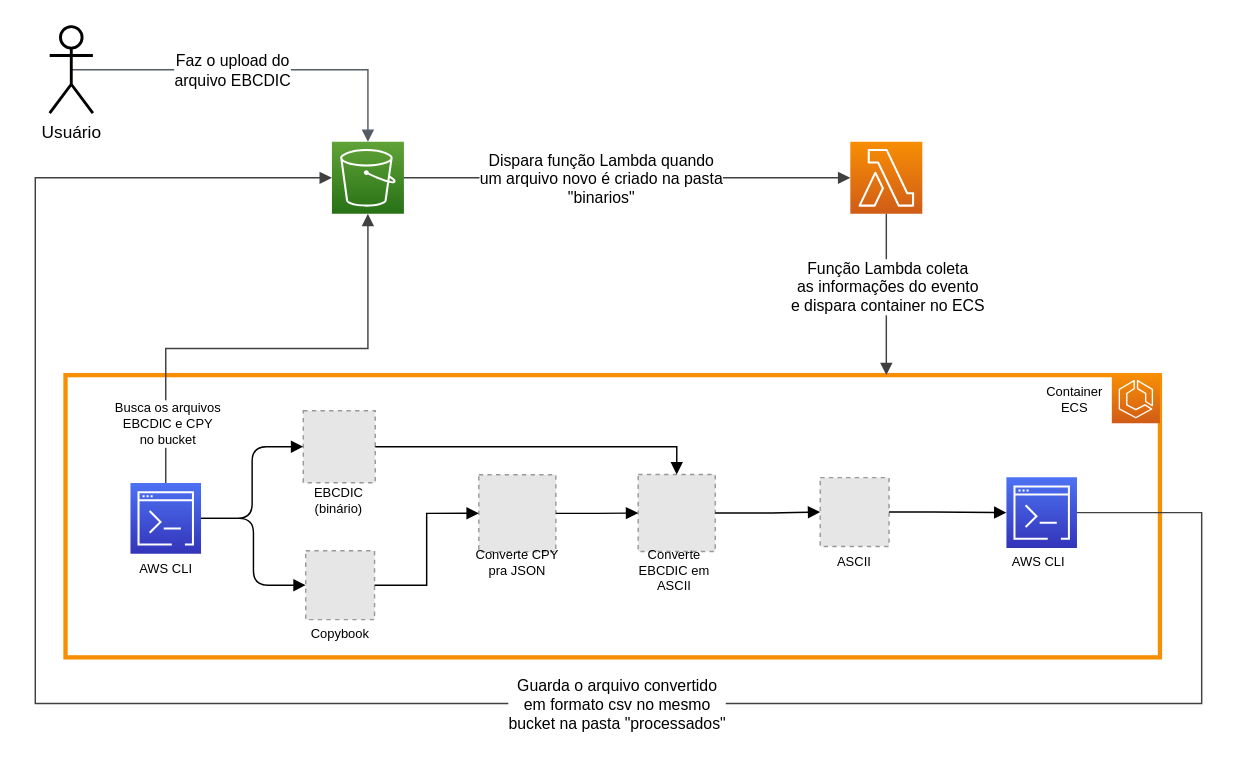
The draw.io diagram diagrama.drawio in gabrielspires/conversor-ebcdic-ascii, before the edit. Source tidied: cells renumbered, new cells numbered last; positions are measured from the earlier drawing's top-left corner, leaving out a move shared by most shapes. Both pictures are drawn from the tidied source at 144%, with x=0, y=0 at pixel (35, 26). Pictures stored in the file or linked from it are replaced by grey dashed boxes.
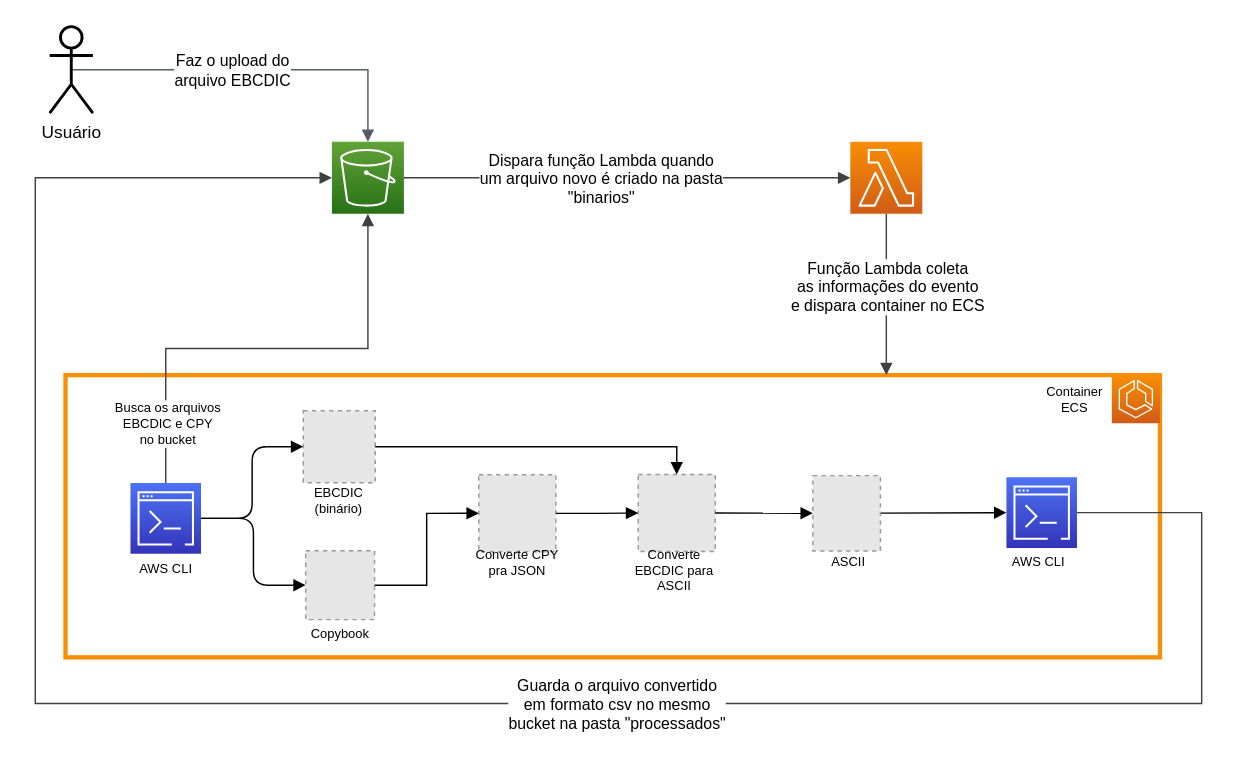
The same page after the edit.

Commit message:
Mudei alguns ícones

The change refers to these unchanged cells:
```xml
<mxCell id="2" style="group;" parent="1" vertex="1">
  <mxGeometry x="20" y="242" width="760" height="196" as="geometry" />
</mxCell>
<mxCell id="3" style="group;" parent="2" vertex="1">
  <mxGeometry x="1" width="760" height="196" as="geometry" />
</mxCell>
<mxCell id="8" style="sketch=0;points=[[0,0,0],[0.25,0,0],[0.5,0,0],[0.75,0,0],[1,0,0],[0,1,0],[0.25,1,0],[0.5,1,0],[0.75,1,0],[1,1,0],[0,0.25,0],[0,0.5,0],[0,0.75,0],[1,0.25,0],[1,0.5,0],[1,0.75,0]];outlineConnect=0;fontColor=#232F3E;gradientColor=#4D72F3;gradientDirection=north;fillColor=#3334B9;strokeColor=#ffffff;dashed=0;verticalLabelPosition=bottom;verticalAlign=top;align=center;html=1;fontSize=12;fontStyle=0;shape=mxgraph.aws4.resourceIcon;resIcon=mxgraph.aws4.command_line_interface;" parent="7" vertex="1">
  <mxGeometry x="10.9" width="49" height="49" as="geometry" />
</mxCell>
<mxCell id="20" style="group;" parent="2" vertex="1">
  <mxGeometry x="393.9" y="69" width="88.8" height="70" as="geometry" />
</mxCell>
<mxCell id="21" style="fillColor=#E6E6E6;strokeColor=#999999;dashed=1;verticalLabelPosition=bottom;labelBackgroundColor=default;verticalAlign=top;" parent="20" vertex="1">
  <mxGeometry x="4.8" width="53.5" height="53.5" as="geometry" />
</mxCell>
```

The edit, as a diff of the source:
```diff
@@
+    <mxCell id="32" style="html=1;entryX=0;entryY=0.5;entryDx=0;entryDy=0;entryPerimeter=0;endArrow=block;endFill=1;" parent="3" edge="1" source="50" target="8">
+      <mxGeometry relative="1" as="geometry" />
+    </mxCell>
+    <mxCell id="49" style="group;" parent="3" vertex="1">
+      <mxGeometry x="519" y="69.8" width="50" height="70.2" as="geometry" />
+    </mxCell>
+    <mxCell id="50" style="fillColor=#E6E6E6;strokeColor=#999999;dashed=1;verticalLabelPosition=bottom;labelBackgroundColor=default;verticalAlign=top;" parent="49" vertex="1">
+      <mxGeometry width="46.9" height="52.3" as="geometry" />
+    </mxCell>
+    <mxCell id="25" value="ASCII" style="text;html=1;strokeColor=none;fillColor=none;align=center;verticalAlign=middle;whiteSpace=wrap;rounded=0;fontSize=9;" parent="49" vertex="1">
+      <mxGeometry y="50.2" width="50" height="20" as="geometry" />
+    </mxCell>
@@
-    <mxCell id="22" value="Converte EBCDIC em ASCII" style="text;html=1;strokeColor=none;fillColor=none;align=center;verticalAlign=middle;whiteSpace=wrap;rounded=0;fontSize=9;" parent="20" vertex="1">
+    <mxCell id="22" value="Converte EBCDIC para ASCII" style="text;html=1;strokeColor=none;fillColor=none;align=center;verticalAlign=middle;whiteSpace=wrap;rounded=0;fontSize=9;" parent="20" vertex="1">
       <mxGeometry y="57" width="60" height="20" as="geometry" />
     </mxCell>
-    <mxCell id="23" style="group;" parent="2" vertex="1">
-      <mxGeometry x="516" y="71.2" width="88.8" height="67.8" as="geometry" />
-    </mxCell>
-    <mxCell id="24" style="fillColor=#E6E6E6;strokeColor=#999999;dashed=1;verticalLabelPosition=bottom;labelBackgroundColor=default;verticalAlign=top;" parent="23" vertex="1">
-      <mxGeometry x="9.1" width="47.8" height="47.8" as="geometry" />
-    </mxCell>
-    <mxCell id="25" value="ASCII" style="text;html=1;strokeColor=none;fillColor=none;align=center;verticalAlign=middle;whiteSpace=wrap;rounded=0;fontSize=9;" parent="23" vertex="1">
-      <mxGeometry x="7.9" y="48.8" width="50" height="20" as="geometry" />
-    </mxCell>
-    <mxCell id="26" style="edgeStyle=orthogonalEdgeStyle;html=1;exitX=1;exitY=0.5;exitDx=0;exitDy=0;endArrow=block;endFill=1;" parent="2" edge="1" source="21" target="24">
+    <mxCell id="26" style="html=1;exitX=1;exitY=0.5;exitDx=0;exitDy=0;endArrow=block;endFill=1;" parent="2" edge="1" source="21" target="50">
       <mxGeometry relative="1" as="geometry" />
     </mxCell>
@@
-    <mxCell id="32" style="edgeStyle=orthogonalEdgeStyle;html=1;entryX=0;entryY=0.5;entryDx=0;entryDy=0;entryPerimeter=0;endArrow=block;endFill=1;" parent="2" edge="1" source="24" target="8">
-      <mxGeometry relative="1" as="geometry" />
-    </mxCell>
```
